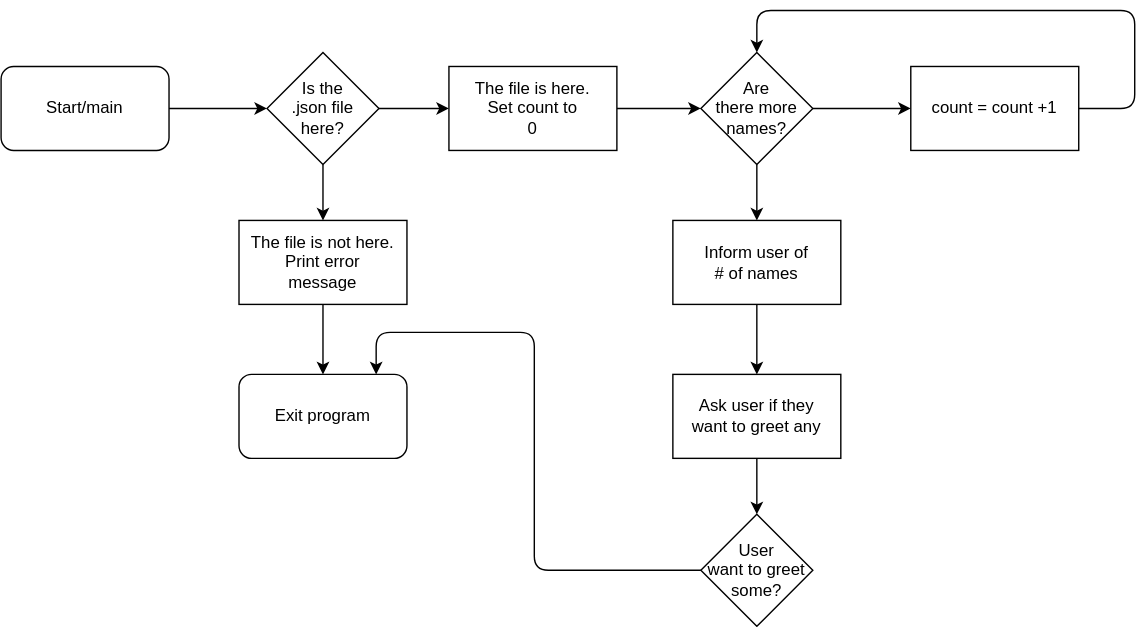
Before: images/functions.drawio.svg, a diagram exported from draw.io (BombadilDK/greeting_data). Source tidied: cells renumbered, new cells last; positions are measured from the earlier drawing's top-left corner, leaving out a move shared by most shapes.
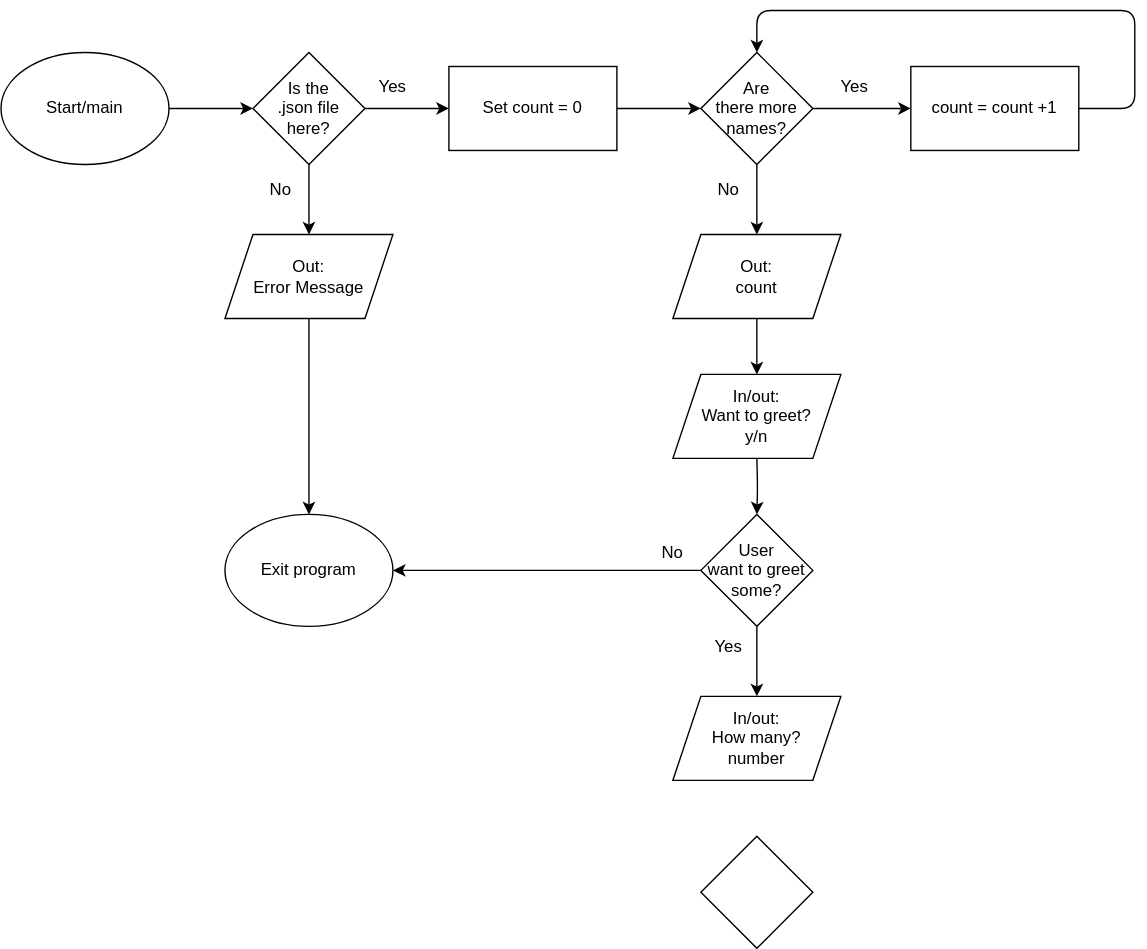
The same diagram one commit later.

Commit message:
wip: Comply to ISO 5807

The edit, as a diff of the source:
```diff
@@ -2,34 +2,32 @@
   <root>
     <mxCell id="0" />
     <mxCell id="1" parent="0" />
-    <mxCell id="2" style="edgeStyle=none;html=1;exitX=0.5;exitY=1;exitDx=0;exitDy=0;entryX=0.5;entryY=0;entryDx=0;entryDy=0;" parent="1" edge="1" source="4" target="8">
+    <mxCell id="2" style="edgeStyle=none;html=1;exitX=0.5;exitY=1;exitDx=0;exitDy=0;entryX=0.5;entryY=0;entryDx=0;entryDy=0;" parent="1" edge="1" source="4" target="30">
       <mxGeometry relative="1" as="geometry" />
     </mxCell>
     <mxCell id="3" style="edgeStyle=orthogonalEdgeStyle;html=1;exitX=1;exitY=0.5;exitDx=0;exitDy=0;entryX=0;entryY=0.5;entryDx=0;entryDy=0;" parent="1" edge="1" source="4" target="14">
       <mxGeometry relative="1" as="geometry" />
     </mxCell>
     <mxCell id="4" value="Is the&amp;nbsp;&lt;div&gt;.json file&lt;/div&gt;&lt;div&gt;here?&lt;/div&gt;" style="rhombus;whiteSpace=wrap;html=1;" parent="1" vertex="1">
-      <mxGeometry x="190" y="30" width="80" height="80" as="geometry" />
+      <mxGeometry x="180" y="30" width="80" height="80" as="geometry" />
     </mxCell>
-    <mxCell id="5" style="edgeStyle=none;html=1;exitX=1;exitY=0.5;exitDx=0;exitDy=0;entryX=0;entryY=0.5;entryDx=0;entryDy=0;" parent="1" edge="1" source="6" target="4">
-      <mxGeometry relative="1" as="geometry" />
+    <mxCell id="5" style="edgeStyle=none;html=1;exitX=1;exitY=0.5;exitDx=0;exitDy=0;entryX=0;entryY=0.5;entryDx=0;entryDy=0;" parent="1" edge="1" target="4">
+      <mxGeometry relative="1" as="geometry">
+        <mxPoint x="120" y="70" as="sourcePoint" />
+      </mxGeometry>
     </mxCell>
-    <mxCell id="6" value="Start/main" style="rounded=1;whiteSpace=wrap;html=1;" parent="1" vertex="1">
-      <mxGeometry y="40" width="120" height="60" as="geometry" />
-    </mxCell>
-    <mxCell id="7" style="edgeStyle=none;html=1;exitX=0.5;exitY=1;exitDx=0;exitDy=0;entryX=0.5;entryY=0;entryDx=0;entryDy=0;" parent="1" edge="1" source="8" target="9">
-      <mxGeometry relative="1" as="geometry" />
+    <mxCell id="7" style="edgeStyle=none;html=1;exitX=0.5;exitY=1;exitDx=0;exitDy=0;entryX=0.5;entryY=0;entryDx=0;entryDy=0;" parent="1" edge="1" target="9">
+      <mxGeometry relative="1" as="geometry">
+        <mxPoint x="220" y="210" as="sourcePoint" />
+        <Array as="points">
+          <mxPoint x="220" y="240" />
+        </Array>
+      </mxGeometry>
     </mxCell>
-    <mxCell id="8" value="The file is not here.&lt;div&gt;Print error&amp;nbsp;&lt;/div&gt;&lt;div&gt;message&lt;/div&gt;" style="rounded=0;whiteSpace=wrap;html=1;" parent="1" vertex="1">
-      <mxGeometry x="170" y="150" width="120" height="60" as="geometry" />
-    </mxCell>
-    <mxCell id="9" value="Exit program" style="rounded=1;whiteSpace=wrap;html=1;" parent="1" vertex="1">
-      <mxGeometry x="170" y="260" width="120" height="60" as="geometry" />
-    </mxCell>
     <mxCell id="10" style="edgeStyle=orthogonalEdgeStyle;html=1;exitX=1;exitY=0.5;exitDx=0;exitDy=0;entryX=0;entryY=0.5;entryDx=0;entryDy=0;" parent="1" edge="1" source="12" target="16">
       <mxGeometry relative="1" as="geometry" />
     </mxCell>
-    <mxCell id="11" style="edgeStyle=orthogonalEdgeStyle;html=1;exitX=0.5;exitY=1;exitDx=0;exitDy=0;entryX=0.5;entryY=0;entryDx=0;entryDy=0;" parent="1" edge="1" source="12" target="18">
+    <mxCell id="11" style="edgeStyle=orthogonalEdgeStyle;html=1;exitX=0.5;exitY=1;exitDx=0;exitDy=0;entryX=0.5;entryY=0;entryDx=0;entryDy=0;" parent="1" edge="1" source="12" target="31">
       <mxGeometry relative="1" as="geometry" />
     </mxCell>
     <mxCell id="12" value="Are&amp;nbsp;&lt;div&gt;there more&lt;/div&gt;&lt;div&gt;names?&lt;/div&gt;" style="rhombus;whiteSpace=wrap;html=1;" parent="1" vertex="1">
@@ -38,7 +36,7 @@
     <mxCell id="13" style="edgeStyle=orthogonalEdgeStyle;html=1;exitX=1;exitY=0.5;exitDx=0;exitDy=0;entryX=0;entryY=0.5;entryDx=0;entryDy=0;" parent="1" edge="1" source="14" target="12">
       <mxGeometry relative="1" as="geometry" />
     </mxCell>
-    <mxCell id="14" value="The file is here.&lt;div&gt;Set count to&lt;/div&gt;&lt;div&gt;0&lt;/div&gt;" style="rounded=0;whiteSpace=wrap;html=1;" parent="1" vertex="1">
+    <mxCell id="14" value="Set count = 0" style="rounded=0;whiteSpace=wrap;html=1;" parent="1" vertex="1">
       <mxGeometry x="320" y="40" width="120" height="60" as="geometry" />
     </mxCell>
     <mxCell id="15" style="edgeStyle=orthogonalEdgeStyle;html=1;exitX=0.5;exitY=0;exitDx=0;exitDy=0;" parent="1" edge="1">
@@ -55,30 +53,64 @@
     <mxCell id="16" value="count = count +1" style="rounded=0;whiteSpace=wrap;html=1;" parent="1" vertex="1">
       <mxGeometry x="650" y="40" width="120" height="60" as="geometry" />
     </mxCell>
-    <mxCell id="17" style="edgeStyle=orthogonalEdgeStyle;html=1;exitX=0.5;exitY=1;exitDx=0;exitDy=0;entryX=0.5;entryY=0;entryDx=0;entryDy=0;" parent="1" edge="1" source="18" target="22">
-      <mxGeometry relative="1" as="geometry" />
+    <mxCell id="17" style="edgeStyle=orthogonalEdgeStyle;html=1;exitX=0.5;exitY=1;exitDx=0;exitDy=0;entryX=0.5;entryY=0;entryDx=0;entryDy=0;" parent="1" edge="1">
+      <mxGeometry relative="1" as="geometry">
+        <mxPoint x="540" y="210" as="sourcePoint" />
+        <mxPoint x="540" y="260" as="targetPoint" />
+      </mxGeometry>
     </mxCell>
-    <mxCell id="18" value="Inform user of&lt;div&gt;# of names&lt;/div&gt;" style="rounded=0;whiteSpace=wrap;html=1;" parent="1" vertex="1">
-      <mxGeometry x="480" y="150" width="120" height="60" as="geometry" />
-    </mxCell>
-    <mxCell id="19" style="edgeStyle=orthogonalEdgeStyle;html=1;exitX=0;exitY=0.5;exitDx=0;exitDy=0;" parent="1" edge="1" source="20">
-      <mxGeometry relative="1" as="geometry">
-        <mxPoint x="268" y="260" as="targetPoint" />
-        <Array as="points">
-          <mxPoint x="381" y="400" />
-          <mxPoint x="381" y="230" />
-          <mxPoint x="268" y="230" />
-        </Array>
-      </mxGeometry>
-    </mxCell>
+    <mxCell id="23" style="edgeStyle=none;html=1;exitX=0.5;exitY=1;exitDx=0;exitDy=0;entryX=0.5;entryY=0;entryDx=0;entryDy=0;" parent="1" edge="1" source="20" target="33">
+      <mxGeometry relative="1" as="geometry" />
+    </mxCell>
+    <mxCell id="24" style="edgeStyle=none;html=1;exitX=0;exitY=0.5;exitDx=0;exitDy=0;entryX=1;entryY=0.5;entryDx=0;entryDy=0;" parent="1" edge="1" source="20" target="9">
+      <mxGeometry relative="1" as="geometry" />
+    </mxCell>
     <mxCell id="20" value="User&amp;nbsp;&lt;div&gt;want to greet&lt;/div&gt;&lt;div&gt;some?&lt;/div&gt;" style="rhombus;whiteSpace=wrap;html=1;" parent="1" vertex="1">
       <mxGeometry x="500" y="360" width="80" height="80" as="geometry" />
     </mxCell>
-    <mxCell id="21" style="edgeStyle=orthogonalEdgeStyle;html=1;exitX=0.5;exitY=1;exitDx=0;exitDy=0;entryX=0.5;entryY=0;entryDx=0;entryDy=0;" parent="1" edge="1" source="22" target="20">
-      <mxGeometry relative="1" as="geometry" />
+    <mxCell id="21" style="edgeStyle=orthogonalEdgeStyle;html=1;exitX=0.5;exitY=1;exitDx=0;exitDy=0;entryX=0.5;entryY=0;entryDx=0;entryDy=0;" parent="1" edge="1" target="20">
+      <mxGeometry relative="1" as="geometry">
+        <mxPoint x="540" y="320" as="sourcePoint" />
+      </mxGeometry>
     </mxCell>
-    <mxCell id="22" value="Ask user if they&lt;div&gt;want to greet any&lt;/div&gt;" style="rounded=0;whiteSpace=wrap;html=1;" parent="1" vertex="1">
-      <mxGeometry x="480" y="260" width="120" height="60" as="geometry" />
-    </mxCell>
+    <mxCell id="25" value="No&lt;div&gt;&lt;br&gt;&lt;/div&gt;" style="text;html=1;align=center;verticalAlign=middle;whiteSpace=wrap;rounded=0;" parent="1" vertex="1">
+      <mxGeometry x="450" y="380" width="60" height="30" as="geometry" />
+    </mxCell>
+    <mxCell id="26" value="No&lt;div&gt;&lt;br&gt;&lt;/div&gt;" style="text;html=1;align=center;verticalAlign=middle;whiteSpace=wrap;rounded=0;" parent="1" vertex="1">
+      <mxGeometry x="170" y="120" width="60" height="30" as="geometry" />
+    </mxCell>
+    <mxCell id="27" value="No&lt;div&gt;&lt;br&gt;&lt;/div&gt;" style="text;html=1;align=center;verticalAlign=middle;whiteSpace=wrap;rounded=0;" parent="1" vertex="1">
+      <mxGeometry x="490" y="120" width="60" height="30" as="geometry" />
+    </mxCell>
+    <mxCell id="6" value="Start/main" style="ellipse;whiteSpace=wrap;html=1;" parent="1" vertex="1">
+      <mxGeometry y="30" width="120" height="80" as="geometry" />
+    </mxCell>
+    <mxCell id="9" value="Exit program" style="ellipse;whiteSpace=wrap;html=1;" parent="1" vertex="1">
+      <mxGeometry x="160" y="360" width="120" height="80" as="geometry" />
+    </mxCell>
+    <mxCell id="28" value="Yes" style="text;html=1;align=center;verticalAlign=middle;whiteSpace=wrap;rounded=0;" parent="1" vertex="1">
+      <mxGeometry x="250" y="40" width="60" height="30" as="geometry" />
+    </mxCell>
+    <mxCell id="29" value="Yes" style="text;html=1;align=center;verticalAlign=middle;whiteSpace=wrap;rounded=0;" parent="1" vertex="1">
+      <mxGeometry x="580" y="40" width="60" height="30" as="geometry" />
+    </mxCell>
+    <mxCell id="30" value="Out:&amp;nbsp;&lt;div&gt;Error Message&lt;/div&gt;" style="shape=parallelogram;perimeter=parallelogramPerimeter;whiteSpace=wrap;html=1;fixedSize=1;" parent="1" vertex="1">
+      <mxGeometry x="160" y="160" width="120" height="60" as="geometry" />
+    </mxCell>
+    <mxCell id="31" value="Out:&lt;div&gt;count&lt;/div&gt;" style="shape=parallelogram;perimeter=parallelogramPerimeter;whiteSpace=wrap;html=1;fixedSize=1;" parent="1" vertex="1">
+      <mxGeometry x="480" y="160" width="120" height="60" as="geometry" />
+    </mxCell>
+    <mxCell id="32" value="In/out:&lt;div&gt;Want to greet?&lt;/div&gt;&lt;div&gt;y/n&lt;/div&gt;" style="shape=parallelogram;perimeter=parallelogramPerimeter;whiteSpace=wrap;html=1;fixedSize=1;" parent="1" vertex="1">
+      <mxGeometry x="480" y="260" width="120" height="60" as="geometry" />
+    </mxCell>
+    <mxCell id="33" value="In/out:&lt;div&gt;How many?&amp;nbsp;&lt;/div&gt;&lt;div&gt;number&lt;/div&gt;" style="shape=parallelogram;perimeter=parallelogramPerimeter;whiteSpace=wrap;html=1;fixedSize=1;" parent="1" vertex="1">
+      <mxGeometry x="480" y="490" width="120" height="60" as="geometry" />
+    </mxCell>
+    <mxCell id="34" value="Yes" style="text;html=1;align=center;verticalAlign=middle;whiteSpace=wrap;rounded=0;" parent="1" vertex="1">
+      <mxGeometry x="490" y="440" width="60" height="30" as="geometry" />
+    </mxCell>
+    <mxCell id="35" style="rhombus;whiteSpace=wrap;html=1;" parent="1" vertex="1">
+      <mxGeometry x="500" y="590" width="80" height="80" as="geometry" />
+    </mxCell>
   </root>
 </mxGraphModel>
```
